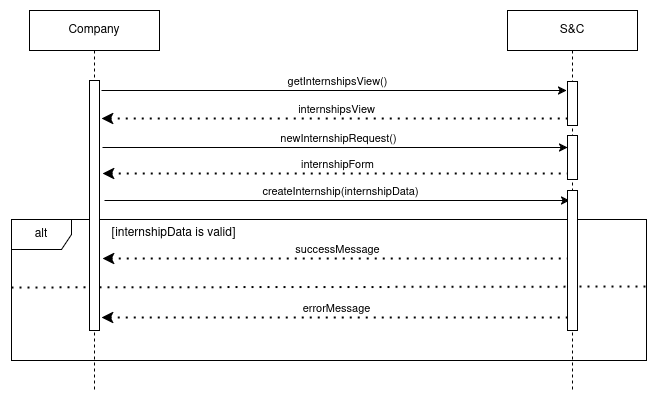
Before: RASD/images/sequenceDiagrams/CompanyCreatesInternshipAnnouncement.png, a diagram exported from draw.io (matteo-luraghi/IlardiLuraghi). Source tidied: cells renumbered, new cells last; positions are measured from the earlier drawing's top-left corner, leaving out a move shared by most shapes. Source of this version:
```xml
<mxGraphModel>
  <root>
    <mxCell id="0" />
    <mxCell id="1" parent="0" />
    <mxCell id="2" style="endArrow=classic;html=1;rounded=0;" parent="1" edge="1">
      <mxGeometry relative="1" as="geometry">
        <mxPoint x="90" y="80" as="sourcePoint" />
        <mxPoint x="555" y="80" as="targetPoint" />
      </mxGeometry>
    </mxCell>
    <mxCell id="3" value="getInternshipsView()" style="edgeLabel;html=1;align=center;verticalAlign=middle;" parent="2" vertex="1">
      <mxGeometry x="-0.14" y="2" relative="1" as="geometry">
        <mxPoint x="34" y="-8" as="offset" />
      </mxGeometry>
    </mxCell>
    <mxCell id="4" style="endArrow=none;dashed=1;html=1;dashPattern=1 3;strokeWidth=2;rounded=0;endFill=0;startArrow=classic;startFill=1;" parent="1" edge="1">
      <mxGeometry relative="1" as="geometry">
        <mxPoint x="90" y="108" as="sourcePoint" />
        <mxPoint x="556" y="108" as="targetPoint" />
      </mxGeometry>
    </mxCell>
    <mxCell id="5" value="internshipsView" style="edgeLabel;html=1;align=center;verticalAlign=middle;" parent="4" vertex="1">
      <mxGeometry relative="1" as="geometry">
        <mxPoint y="-10" as="offset" />
      </mxGeometry>
    </mxCell>
    <mxCell id="6" style="endArrow=classic;html=1;rounded=0;" parent="1" edge="1">
      <mxGeometry relative="1" as="geometry">
        <mxPoint x="91" y="137" as="sourcePoint" />
        <mxPoint x="556" y="137" as="targetPoint" />
      </mxGeometry>
    </mxCell>
    <mxCell id="7" value="newInternshipRequest()" style="edgeLabel;html=1;align=center;verticalAlign=middle;" parent="6" vertex="1">
      <mxGeometry x="-0.14" y="2" relative="1" as="geometry">
        <mxPoint x="34" y="-8" as="offset" />
      </mxGeometry>
    </mxCell>
    <mxCell id="8" style="endArrow=none;dashed=1;html=1;dashPattern=1 3;strokeWidth=2;rounded=0;endFill=0;startArrow=classic;startFill=1;" parent="1" edge="1">
      <mxGeometry relative="1" as="geometry">
        <mxPoint x="91" y="163" as="sourcePoint" />
        <mxPoint x="557" y="163" as="targetPoint" />
      </mxGeometry>
    </mxCell>
    <mxCell id="9" value="internshipForm" style="edgeLabel;html=1;align=center;verticalAlign=middle;" parent="8" vertex="1">
      <mxGeometry relative="1" as="geometry">
        <mxPoint y="-10" as="offset" />
      </mxGeometry>
    </mxCell>
    <mxCell id="10" style="endArrow=classic;html=1;rounded=0;" parent="1" edge="1">
      <mxGeometry relative="1" as="geometry">
        <mxPoint x="93" y="190" as="sourcePoint" />
        <mxPoint x="558" y="190" as="targetPoint" />
      </mxGeometry>
    </mxCell>
    <mxCell id="11" value="createInternship(internshipData)" style="edgeLabel;html=1;align=center;verticalAlign=middle;" parent="10" vertex="1">
      <mxGeometry x="-0.14" y="2" relative="1" as="geometry">
        <mxPoint x="34" y="-8" as="offset" />
      </mxGeometry>
    </mxCell>
    <mxCell id="12" style="endArrow=none;dashed=1;html=1;dashPattern=1 3;strokeWidth=2;rounded=0;endFill=0;startArrow=classic;startFill=1;" parent="1" edge="1">
      <mxGeometry relative="1" as="geometry">
        <mxPoint x="91" y="248" as="sourcePoint" />
        <mxPoint x="557" y="248" as="targetPoint" />
      </mxGeometry>
    </mxCell>
    <mxCell id="13" value="successMessage" style="edgeLabel;html=1;align=center;verticalAlign=middle;" parent="12" vertex="1">
      <mxGeometry relative="1" as="geometry">
        <mxPoint y="-10" as="offset" />
      </mxGeometry>
    </mxCell>
    <mxCell id="14" value="alt" style="shape=umlFrame;whiteSpace=wrap;html=1;" parent="1" vertex="1">
      <mxGeometry y="209" width="635" height="141" as="geometry" />
    </mxCell>
    <mxCell id="15" style="endArrow=none;dashed=1;html=1;dashPattern=1 3;strokeWidth=2;rounded=0;exitX=0.001;exitY=0.375;exitDx=0;exitDy=0;exitPerimeter=0;entryX=1.002;entryY=0.322;entryDx=0;entryDy=0;entryPerimeter=0;" parent="1" edge="1">
      <mxGeometry relative="1" as="geometry">
        <mxPoint y="277" as="sourcePoint" />
        <mxPoint x="636.3" y="276.1" as="targetPoint" />
      </mxGeometry>
    </mxCell>
    <mxCell id="16" value="[internshipData is valid]" style="text;html=1;align=center;verticalAlign=middle;strokeColor=none;fillColor=none;" parent="1" vertex="1">
      <mxGeometry x="87" y="208" width="150" height="30" as="geometry" />
    </mxCell>
    <mxCell id="17" style="endArrow=none;dashed=1;html=1;dashPattern=1 3;strokeWidth=2;rounded=0;endFill=0;startArrow=classic;startFill=1;" parent="1" edge="1">
      <mxGeometry relative="1" as="geometry">
        <mxPoint x="90" y="307" as="sourcePoint" />
        <mxPoint x="556" y="307" as="targetPoint" />
      </mxGeometry>
    </mxCell>
    <mxCell id="18" value="errorMessage" style="edgeLabel;html=1;align=center;verticalAlign=middle;" parent="17" vertex="1">
      <mxGeometry relative="1" as="geometry">
        <mxPoint y="-10" as="offset" />
      </mxGeometry>
    </mxCell>
    <mxCell id="19" value="&lt;div&gt;S&amp;amp;C&lt;/div&gt;" style="shape=umlLifeline;perimeter=lifelinePerimeter;whiteSpace=wrap;html=1;newEdgeStyle={&quot;curved&quot;:0,&quot;rounded&quot;:0};" parent="1" vertex="1">
      <mxGeometry x="496" width="130" height="380" as="geometry" />
    </mxCell>
    <mxCell id="20" style="html=1;perimeter=orthogonalPerimeter;targetShapes=umlLifeline;newEdgeStyle={&quot;curved&quot;:0,&quot;rounded&quot;:0};" parent="19" vertex="1">
      <mxGeometry x="60" y="71" width="10" height="44" as="geometry" />
    </mxCell>
    <mxCell id="21" style="html=1;perimeter=orthogonalPerimeter;targetShapes=umlLifeline;newEdgeStyle={&quot;curved&quot;:0,&quot;rounded&quot;:0};" parent="19" vertex="1">
      <mxGeometry x="60" y="125" width="10" height="44" as="geometry" />
    </mxCell>
    <mxCell id="22" style="html=1;perimeter=orthogonalPerimeter;targetShapes=umlLifeline;newEdgeStyle={&quot;curved&quot;:0,&quot;rounded&quot;:0};" parent="19" vertex="1">
      <mxGeometry x="60" y="180" width="10" height="140" as="geometry" />
    </mxCell>
    <mxCell id="23" value="Company" style="shape=umlLifeline;perimeter=lifelinePerimeter;whiteSpace=wrap;html=1;newEdgeStyle={&quot;curved&quot;:0,&quot;rounded&quot;:0};" parent="1" vertex="1">
      <mxGeometry x="18" width="130" height="380" as="geometry" />
    </mxCell>
    <mxCell id="24" style="html=1;perimeter=orthogonalPerimeter;targetShapes=umlLifeline;newEdgeStyle={&quot;curved&quot;:0,&quot;rounded&quot;:0};" parent="23" vertex="1">
      <mxGeometry x="60" y="70" width="10" height="250" as="geometry" />
    </mxCell>
  </root>
</mxGraphModel>
```
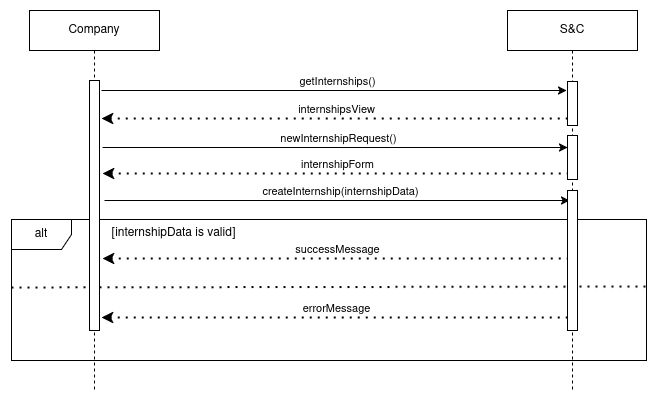
Above is the later version.

Change to the diagram source:
```diff
@@ -8,7 +8,7 @@
         <mxPoint x="555" y="80" as="targetPoint" />
       </mxGeometry>
     </mxCell>
-    <mxCell id="3" value="getInternshipsView()" style="edgeLabel;html=1;align=center;verticalAlign=middle;" parent="2" vertex="1">
+    <mxCell id="3" value="getInternships()" style="edgeLabel;html=1;align=center;verticalAlign=middle;" parent="2" vertex="1">
       <mxGeometry x="-0.14" y="2" relative="1" as="geometry">
         <mxPoint x="34" y="-8" as="offset" />
       </mxGeometry>
```
